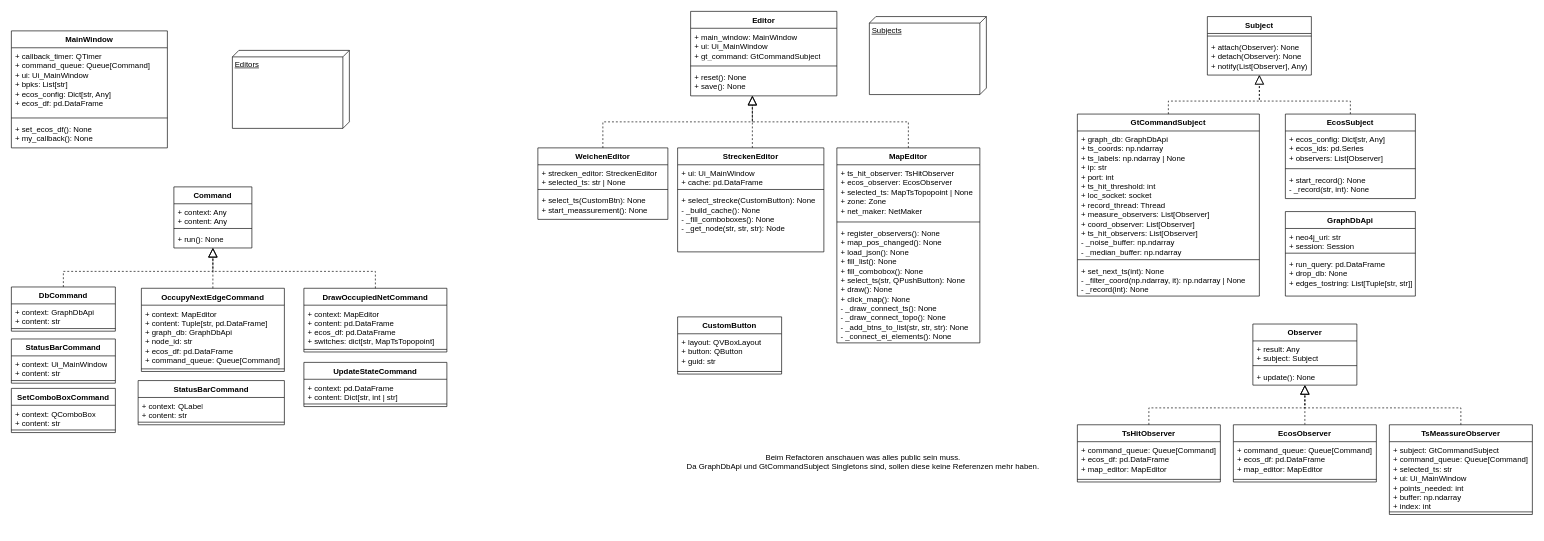
The draw.io diagram structural/Untitled Diagram.drawio in pascalreiss/draw_io_stuff, before the edit. Source tidied: cells renumbered, new cells numbered last; positions are measured from the earlier drawing's top-left corner, leaving out a move shared by most shapes. Both pictures are drawn from the tidied source at 65%, with x=0, y=0 at pixel (11, 11).
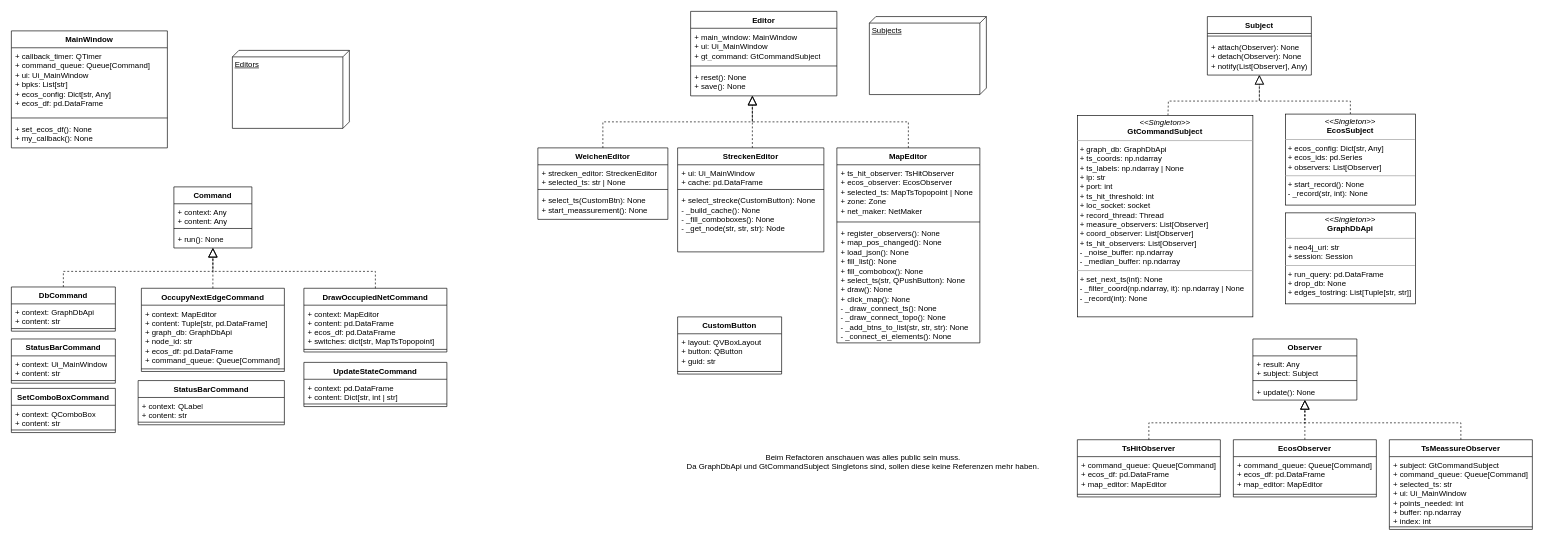
The same page after the edit.

Commit message:
updated Singleton notation

Unchanged cells that the change refers to:
```xml
<mxCell id="40" value="+ update(): None" style="text;strokeColor=none;fillColor=none;align=left;verticalAlign=top;spacingLeft=4;spacingRight=4;overflow=hidden;points=[[0,0.5],[1,0.5]];portConstraint=eastwest;whiteSpace=wrap;html=1;" parent="37" vertex="1">
  <mxGeometry y="68" width="160" height="26" as="geometry" />
</mxCell>
```

Diff of the diagram source:
```diff
@@
-    <mxCell id="2" value="GraphDbApi" style="swimlane;fontStyle=1;align=center;verticalAlign=top;horizontal=1;startSize=26;whiteSpace=wrap;html=1;" parent="1" vertex="1">
-      <mxGeometry x="1960" y="308" width="200" height="130" as="geometry" />
-    </mxCell>
-    <mxCell id="3" value="+ neo4j_uri: str&lt;br&gt;+ session: Session" style="text;strokeColor=none;fillColor=none;align=left;verticalAlign=top;spacingLeft=4;spacingRight=4;overflow=hidden;whiteSpace=wrap;html=1;" parent="2" vertex="1">
-      <mxGeometry y="26" width="200" height="34" as="geometry" />
-    </mxCell>
-    <mxCell id="4" style="line;strokeWidth=1;fillColor=none;align=left;verticalAlign=middle;spacingTop=-1;spacingLeft=3;spacingRight=3;labelPosition=right;strokeColor=inherit;" parent="2" vertex="1">
-      <mxGeometry y="60" width="200" height="8" as="geometry" />
-    </mxCell>
-    <mxCell id="5" value="+ run_query: pd.DataFrame&lt;br&gt;+ drop_db: None&lt;br&gt;+ edges_tostring: List[Tuple[str, str]]" style="text;strokeColor=none;fillColor=none;align=left;verticalAlign=top;spacingLeft=4;spacingRight=4;overflow=hidden;whiteSpace=wrap;html=1;" parent="2" vertex="1">
-      <mxGeometry y="68" width="200" height="62" as="geometry" />
-    </mxCell>
@@
-    <mxCell id="14" value="GtCommandSubject" style="swimlane;fontStyle=1;align=center;verticalAlign=top;horizontal=1;startSize=26;whiteSpace=wrap;html=1;" parent="1" vertex="1">
-      <mxGeometry x="1640" y="158" width="280" height="280" as="geometry" />
-    </mxCell>
-    <mxCell id="15" value="+ graph_db: GraphDbApi&lt;br&gt;+ ts_coords: np.ndarray&lt;br&gt;+ ts_labels: np.ndarray | None&lt;br&gt;+ ip: str&lt;br&gt;+ port: int&lt;br&gt;+ ts_hit_threshold: int&lt;br&gt;+ loc_socket: socket&lt;br&gt;+ record_thread: Thread&lt;br&gt;+ measure_observers: List[Observer]&lt;br&gt;+ coord_observer: List[Observer]&lt;br&gt;+ ts_hit_observers: List[Observer]&lt;br&gt;- _noise_buffer: np.ndarray&lt;br&gt;- _median_buffer: np.ndarray" style="text;strokeColor=none;fillColor=none;align=left;verticalAlign=top;spacingLeft=4;spacingRight=4;overflow=hidden;whiteSpace=wrap;html=1;" parent="14" vertex="1">
-      <mxGeometry y="26" width="280" height="194" as="geometry" />
-    </mxCell>
-    <mxCell id="16" style="line;strokeWidth=1;fillColor=none;align=left;verticalAlign=middle;spacingTop=-1;spacingLeft=3;spacingRight=3;labelPosition=right;strokeColor=inherit;" parent="14" vertex="1">
-      <mxGeometry y="220" width="280" height="8" as="geometry" />
-    </mxCell>
-    <mxCell id="17" value="+ set_next_ts(int): None&lt;br&gt;- _filter_coord(np.ndarray, it): np.ndarray | None&lt;br&gt;- _record(int): None" style="text;strokeColor=none;fillColor=none;align=left;verticalAlign=top;spacingLeft=4;spacingRight=4;overflow=hidden;whiteSpace=wrap;html=1;" parent="14" vertex="1">
-      <mxGeometry y="228" width="280" height="52" as="geometry" />
-    </mxCell>
-    <mxCell id="18" value="EcosSubject" style="swimlane;fontStyle=1;align=center;verticalAlign=top;horizontal=1;startSize=26;whiteSpace=wrap;html=1;" parent="1" vertex="1">
-      <mxGeometry x="1960" y="158" width="200" height="130" as="geometry" />
-    </mxCell>
-    <mxCell id="19" value="+ ecos_config: Dict[str, Any]&lt;br&gt;+ ecos_ids: pd.Series&lt;br&gt;+ observers: List[Observer]" style="text;strokeColor=none;fillColor=none;align=left;verticalAlign=top;spacingLeft=4;spacingRight=4;overflow=hidden;whiteSpace=wrap;html=1;" parent="18" vertex="1">
-      <mxGeometry y="26" width="200" height="54" as="geometry" />
-    </mxCell>
-    <mxCell id="20" style="line;strokeWidth=1;fillColor=none;align=left;verticalAlign=middle;spacingTop=-1;spacingLeft=3;spacingRight=3;labelPosition=right;strokeColor=inherit;" parent="18" vertex="1">
-      <mxGeometry y="80" width="200" height="8" as="geometry" />
-    </mxCell>
-    <mxCell id="21" value="+ start_record(): None&lt;br&gt;- _record(str, int): None" style="text;strokeColor=none;fillColor=none;align=left;verticalAlign=top;spacingLeft=4;spacingRight=4;overflow=hidden;whiteSpace=wrap;html=1;" parent="18" vertex="1">
-      <mxGeometry y="88" width="200" height="42" as="geometry" />
-    </mxCell>
@@
     <mxCell id="37" value="Observer" style="swimlane;fontStyle=1;align=center;verticalAlign=top;horizontal=1;startSize=26;whiteSpace=wrap;html=1;" parent="1" vertex="1">
-      <mxGeometry x="1910" y="481" width="160" height="94" as="geometry" />
+      <mxGeometry x="1910" y="504" width="160" height="94" as="geometry" />
     </mxCell>
@@
-    <mxCell id="42" style="endArrow=block;dashed=1;endFill=0;endSize=12;html=1;rounded=0;exitX=0.5;exitY=0;exitDx=0;exitDy=0;" parent="1" edge="1" source="14">
+    <mxCell id="42" style="endArrow=block;dashed=1;endFill=0;endSize=12;html=1;rounded=0;" parent="1" edge="1" source="94">
       <mxGeometry relative="1" as="geometry">
         <mxPoint x="1920" y="98" as="targetPoint" />
         <Array as="points">
           <mxPoint x="1780" y="138" />
           <mxPoint x="1920" y="138" />
         </Array>
       </mxGeometry>
     </mxCell>
-    <mxCell id="43" style="endArrow=block;dashed=1;endFill=0;endSize=12;html=1;rounded=0;exitX=0.5;exitY=0;exitDx=0;exitDy=0;" parent="1" edge="1" source="18">
+    <mxCell id="43" style="endArrow=block;dashed=1;endFill=0;endSize=12;html=1;rounded=0;" parent="1" edge="1" source="92">
       <mxGeometry relative="1" as="geometry">
         <mxPoint x="1920" y="98" as="targetPoint" />
         <Array as="points">
           <mxPoint x="2060" y="138" />
           <mxPoint x="1920" y="138" />
         </Array>
       </mxGeometry>
     </mxCell>
@@
     <mxCell id="72" value="EcosObserver" style="swimlane;fontStyle=1;align=center;verticalAlign=top;horizontal=1;startSize=26;whiteSpace=wrap;html=1;" parent="1" vertex="1">
-      <mxGeometry x="1880" y="636" width="220" height="88" as="geometry" />
+      <mxGeometry x="1880" y="659" width="220" height="88" as="geometry" />
     </mxCell>
@@
     <mxCell id="75" value="TsHitObserver" style="swimlane;fontStyle=1;align=center;verticalAlign=top;horizontal=1;startSize=26;whiteSpace=wrap;html=1;" parent="1" vertex="1">
-      <mxGeometry x="1640" y="636" width="220" height="88" as="geometry" />
+      <mxGeometry x="1640" y="659" width="220" height="88" as="geometry" />
     </mxCell>
@@
     <mxCell id="78" value="TsMeassureObserver" style="swimlane;fontStyle=1;align=center;verticalAlign=top;horizontal=1;startSize=26;whiteSpace=wrap;html=1;" parent="1" vertex="1">
-      <mxGeometry x="2120" y="636" width="220" height="138" as="geometry" />
+      <mxGeometry x="2120" y="659" width="220" height="138" as="geometry" />
     </mxCell>
@@
     <mxCell id="86" style="endArrow=block;dashed=1;endFill=0;endSize=12;html=1;rounded=0;" parent="1" edge="1" source="75" target="40">
       <mxGeometry relative="1" as="geometry">
         <Array as="points">
-          <mxPoint x="1750" y="610" />
-          <mxPoint x="1990" y="610" />
+          <mxPoint x="1750" y="633" />
+          <mxPoint x="1990" y="633" />
         </Array>
       </mxGeometry>
     </mxCell>
     <mxCell id="87" style="endArrow=block;dashed=1;endFill=0;endSize=12;html=1;rounded=0;" parent="1" edge="1" source="78" target="40">
       <mxGeometry relative="1" as="geometry">
         <Array as="points">
-          <mxPoint x="2230" y="610" />
-          <mxPoint x="1990" y="610" />
+          <mxPoint x="2230" y="633" />
+          <mxPoint x="1990" y="633" />
         </Array>
       </mxGeometry>
     </mxCell>
@@
+    <mxCell id="92" value="&lt;p style=&quot;margin:0px;margin-top:4px;text-align:center;&quot;&gt;&lt;i&gt;&amp;lt;&amp;lt;Singleton&amp;gt;&amp;gt;&lt;/i&gt;&lt;br&gt;&lt;b&gt;EcosSubject&lt;/b&gt;&lt;/p&gt;&lt;hr size=&quot;1&quot;&gt;&lt;p style=&quot;margin:0px;margin-left:4px;&quot;&gt;+ ecos_config: Dict[str, Any]&lt;br style=&quot;border-color: var(--border-color);&quot;&gt;+ ecos_ids: pd.Series&lt;br style=&quot;border-color: var(--border-color);&quot;&gt;+ observers: List[Observer]&lt;br&gt;&lt;/p&gt;&lt;hr size=&quot;1&quot;&gt;&lt;p style=&quot;margin:0px;margin-left:4px;&quot;&gt;+ start_record(): None&lt;br style=&quot;border-color: var(--border-color);&quot;&gt;- _record(str, int): None&lt;br&gt;&lt;/p&gt;" style="verticalAlign=top;align=left;overflow=fill;fontSize=12;fontFamily=Helvetica;html=1;whiteSpace=wrap;" parent="1" vertex="1">
+      <mxGeometry x="1960" y="158" width="200" height="140" as="geometry" />
+    </mxCell>
+    <mxCell id="93" value="&lt;p style=&quot;margin:0px;margin-top:4px;text-align:center;&quot;&gt;&lt;i&gt;&amp;lt;&amp;lt;Singleton&amp;gt;&amp;gt;&lt;/i&gt;&lt;br&gt;&lt;b&gt;GraphDbApi&lt;/b&gt;&lt;/p&gt;&lt;hr size=&quot;1&quot;&gt;&lt;p style=&quot;margin:0px;margin-left:4px;&quot;&gt;+ neo4j_uri: str&lt;br style=&quot;border-color: var(--border-color);&quot;&gt;+ session: Session&lt;br&gt;&lt;/p&gt;&lt;hr size=&quot;1&quot;&gt;&lt;p style=&quot;margin:0px;margin-left:4px;&quot;&gt;+ run_query: pd.DataFrame&lt;br style=&quot;border-color: var(--border-color);&quot;&gt;+ drop_db: None&lt;br style=&quot;border-color: var(--border-color);&quot;&gt;+ edges_tostring: List[Tuple[str, str]]&lt;br&gt;&lt;/p&gt;" style="verticalAlign=top;align=left;overflow=fill;fontSize=12;fontFamily=Helvetica;html=1;whiteSpace=wrap;" parent="1" vertex="1">
+      <mxGeometry x="1960" y="310" width="200" height="140" as="geometry" />
+    </mxCell>
+    <mxCell id="94" value="&lt;p style=&quot;margin:0px;margin-top:4px;text-align:center;&quot;&gt;&lt;i&gt;&amp;lt;&amp;lt;Singleton&amp;gt;&amp;gt;&lt;/i&gt;&lt;br&gt;&lt;b&gt;GtCommandSubject&lt;/b&gt;&lt;/p&gt;&lt;hr size=&quot;1&quot;&gt;&lt;p style=&quot;margin:0px;margin-left:4px;&quot;&gt;+ graph_db: GraphDbApi&lt;br style=&quot;border-color: var(--border-color);&quot;&gt;+ ts_coords: np.ndarray&lt;br style=&quot;border-color: var(--border-color);&quot;&gt;+ ts_labels: np.ndarray | None&lt;br style=&quot;border-color: var(--border-color);&quot;&gt;+ ip: str&lt;br style=&quot;border-color: var(--border-color);&quot;&gt;+ port: int&lt;br style=&quot;border-color: var(--border-color);&quot;&gt;+ ts_hit_threshold: int&lt;br style=&quot;border-color: var(--border-color);&quot;&gt;+ loc_socket: socket&lt;br style=&quot;border-color: var(--border-color);&quot;&gt;+ record_thread: Thread&lt;br style=&quot;border-color: var(--border-color);&quot;&gt;+ measure_observers: List[Observer]&lt;br style=&quot;border-color: var(--border-color);&quot;&gt;+ coord_observer: List[Observer]&lt;br style=&quot;border-color: var(--border-color);&quot;&gt;+ ts_hit_observers: List[Observer]&lt;br style=&quot;border-color: var(--border-color);&quot;&gt;- _noise_buffer: np.ndarray&lt;br style=&quot;border-color: var(--border-color);&quot;&gt;- _median_buffer: np.ndarray&lt;br&gt;&lt;/p&gt;&lt;hr size=&quot;1&quot;&gt;&lt;p style=&quot;margin:0px;margin-left:4px;&quot;&gt;+ set_next_ts(int): None&lt;br style=&quot;border-color: var(--border-color);&quot;&gt;- _filter_coord(np.ndarray, it): np.ndarray | None&lt;br style=&quot;border-color: var(--border-color);&quot;&gt;- _record(int): None&lt;br&gt;&lt;/p&gt;" style="verticalAlign=top;align=left;overflow=fill;fontSize=12;fontFamily=Helvetica;html=1;whiteSpace=wrap;" parent="1" vertex="1">
+      <mxGeometry x="1640" y="160" width="270" height="310" as="geometry" />
+    </mxCell>
```
